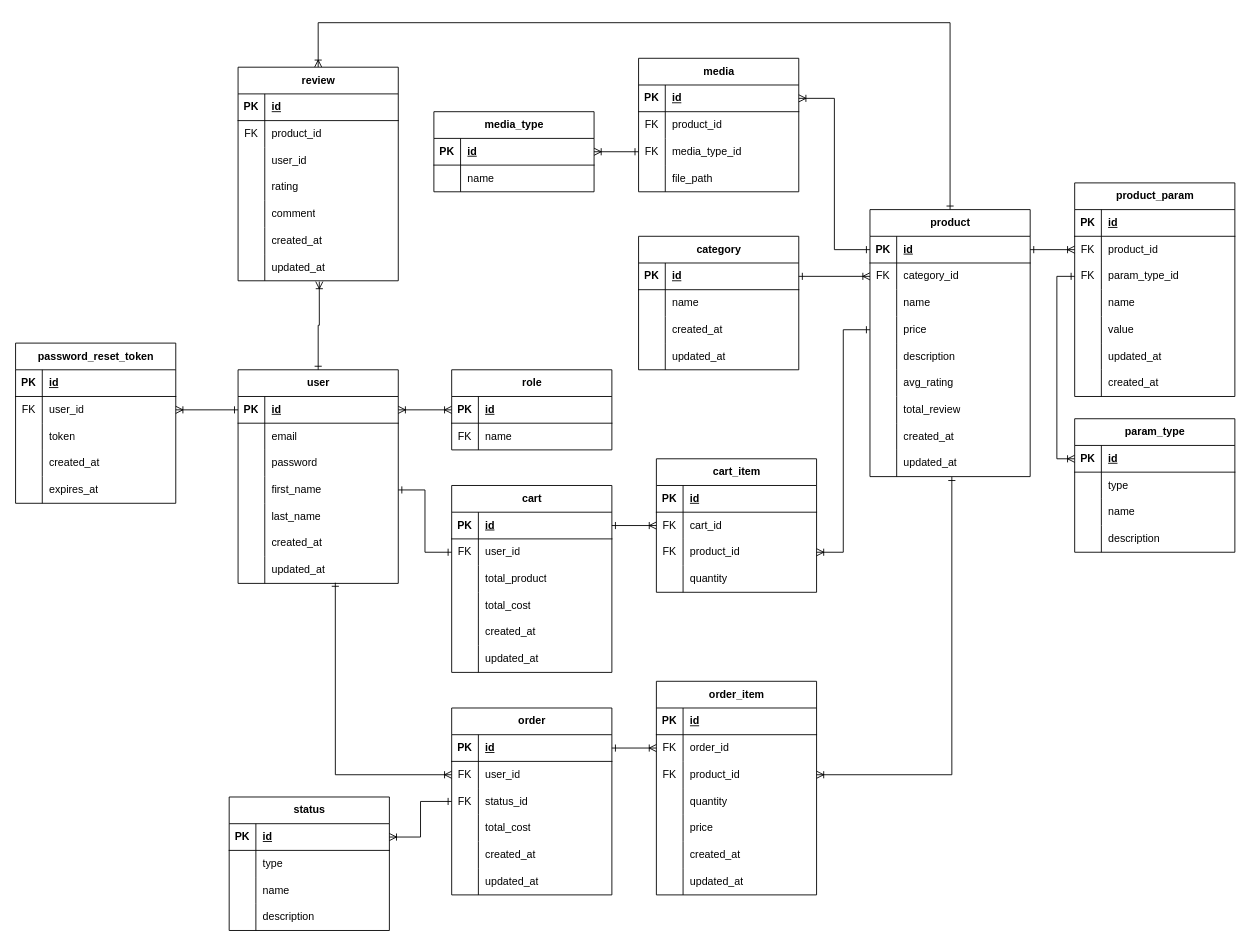
This is docs/db/uml_DB.drawio from Deonniss/GusliStore, a draw.io file, before an edit. Source tidied: cells renumbered, new cells numbered last; positions are measured from the earlier drawing's top-left corner, leaving out a move shared by most shapes. Both pictures are drawn from the tidied source at 89%, with x=0, y=0 at pixel (15, 22).
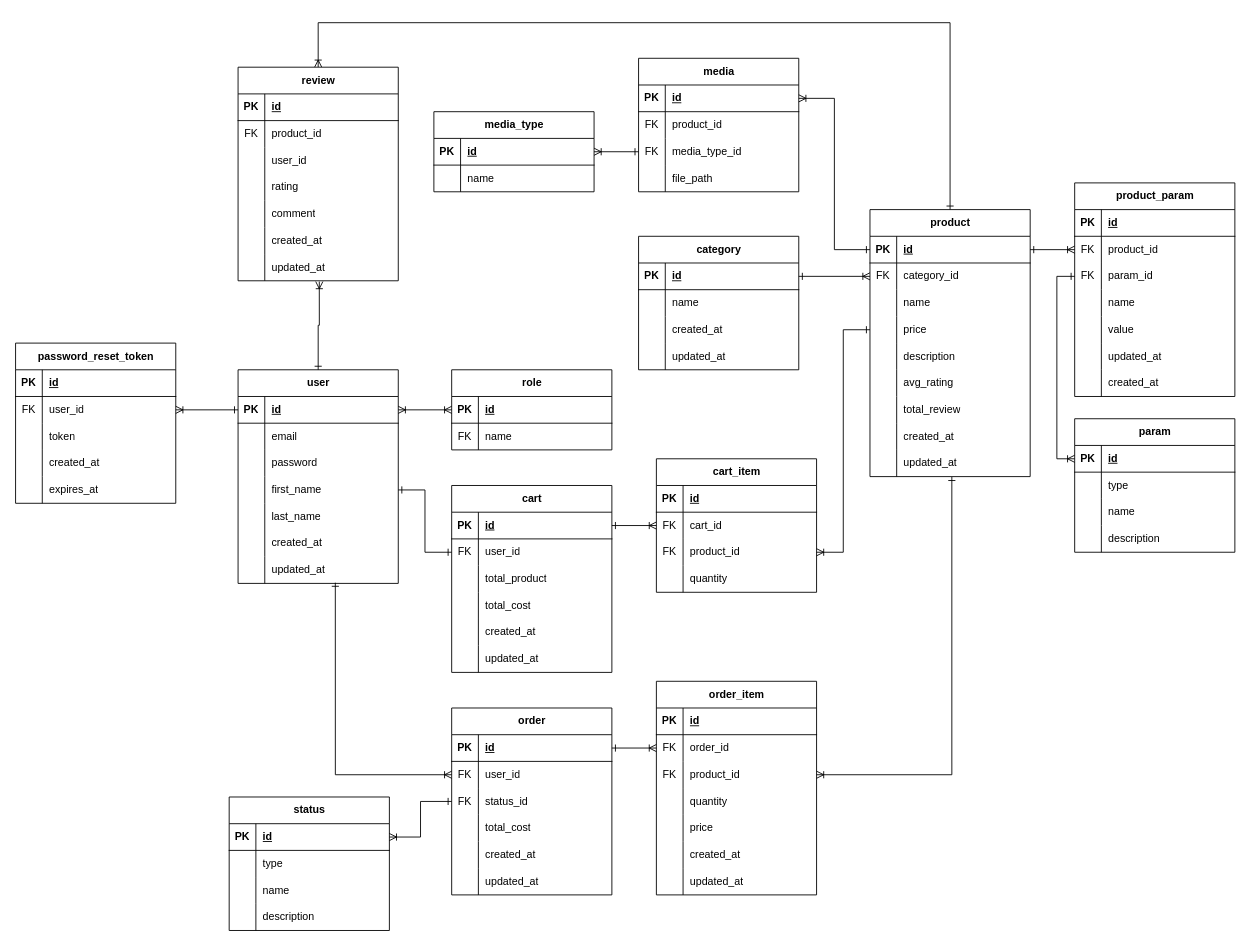
Above is the later version.

The change refers to these unchanged cells:
```xml
<mxCell id="98" style="shape=tableRow;horizontal=0;startSize=0;swimlaneHead=0;swimlaneBody=0;fillColor=none;points=[[0,0.5],[1,0.5]];portConstraint=eastwest;top=0;left=0;right=0;bottom=0;" parent="91" vertex="1">
  <mxGeometry y="90" width="180" height="30" as="geometry" />
</mxCell>
```

Change to the diagram source:
```diff
@@
-    <mxCell id="100" value="param_type_id" style="shape=partialRectangle;fillColor=none;top=0;left=0;bottom=0;right=0;align=left;spacingLeft=6;overflow=hidden;whiteSpace=wrap;html=1;" parent="98" vertex="1">
+    <mxCell id="100" value="param_id" style="shape=partialRectangle;fillColor=none;top=0;left=0;bottom=0;right=0;align=left;spacingLeft=6;overflow=hidden;whiteSpace=wrap;html=1;" parent="98" vertex="1">
       <mxGeometry x="30" width="150" height="30" as="geometry" />
     </mxCell>
@@
-    <mxCell id="254" value="param_type" style="shape=table;startSize=30;childLayout=tableLayout;rowLines=0;fontStyle=1;align=center;html=1;" parent="1" vertex="1">
+    <mxCell id="254" value="param" style="shape=table;startSize=30;childLayout=tableLayout;rowLines=0;fontStyle=1;align=center;html=1;" parent="1" vertex="1">
       <mxGeometry x="1190" y="445" width="180" height="150" as="geometry" />
     </mxCell>
```
